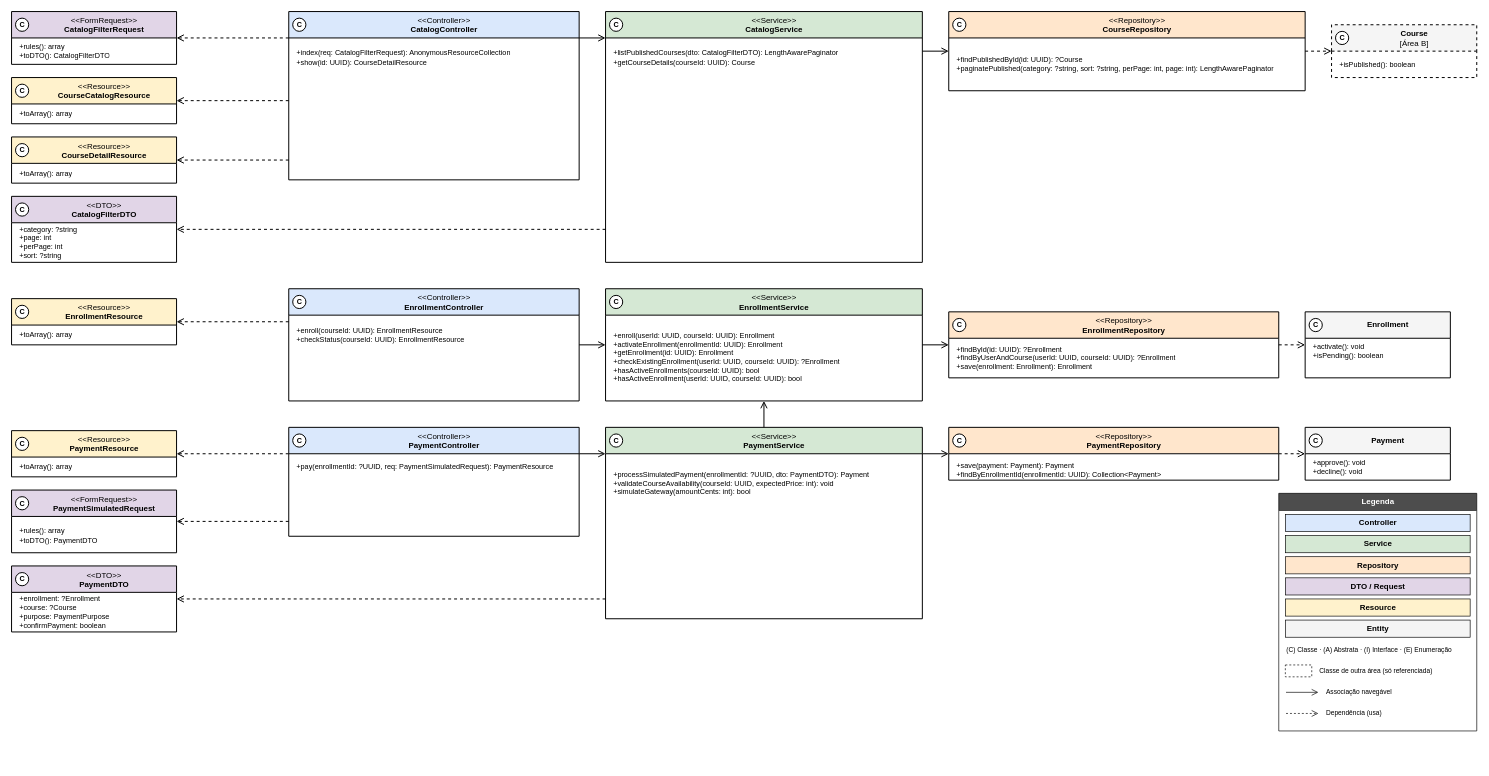
Before: especificacao/diagramas/13-classes-area-c-implementacao-matricula.drawio in Plataforma-de-Cursos-TCC/plataforma-cursos-docs, a draw.io diagram. Source tidied: cells renumbered, new cells numbered last; positions are measured from the earlier drawing's top-left corner, leaving out a move shared by most shapes. Both pictures are drawn from the tidied source at 66%, with x=0, y=0 at pixel (11, 11).
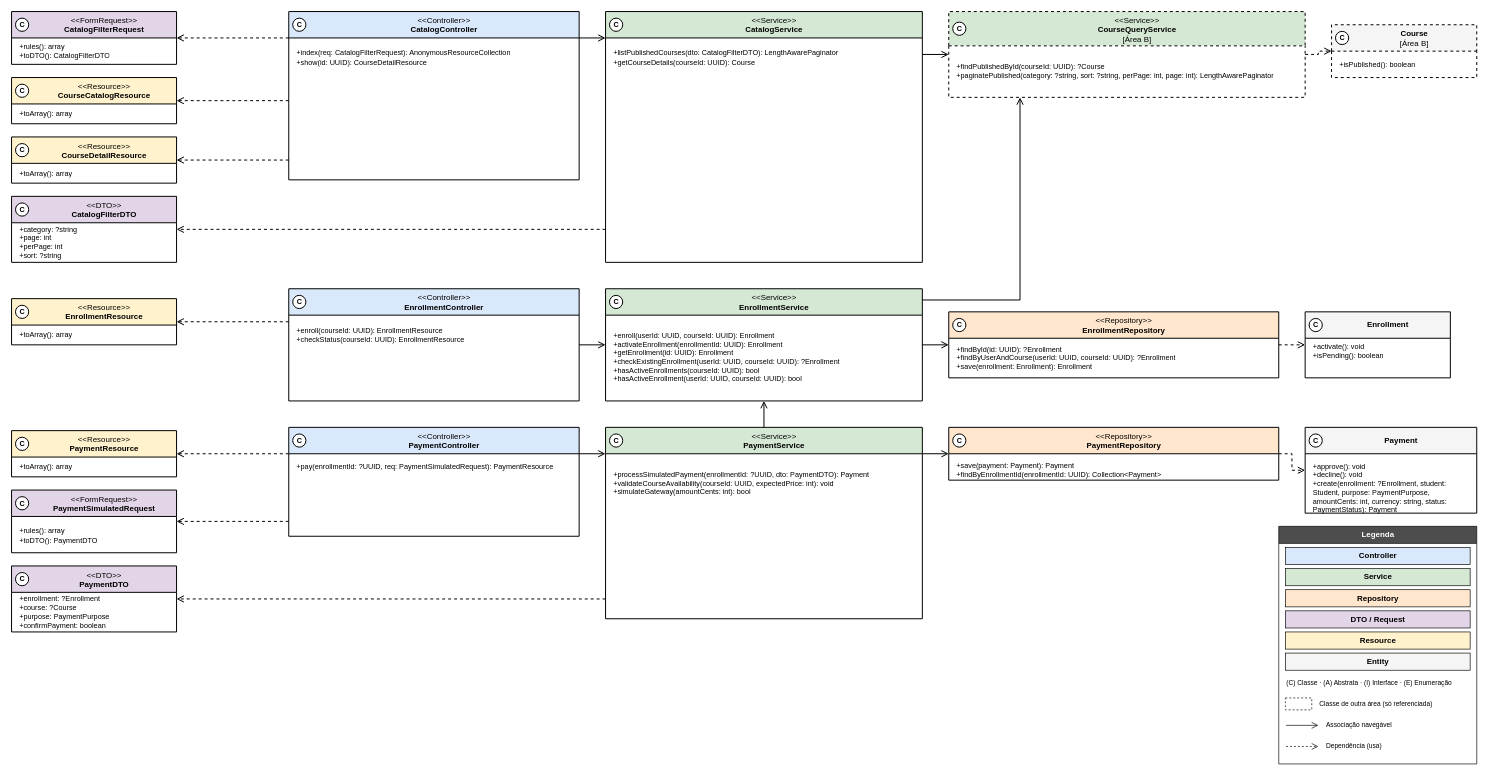
After the change.

Unchanged cells that the change refers to:
```xml
<mxCell id="12" value="&amp;lt;&amp;lt;Service&amp;gt;&amp;gt;&lt;br&gt;&lt;b&gt;CatalogService&lt;/b&gt;" style="swimlane;html=1;fontStyle=0;align=center;verticalAlign=top;startSize=40;fillColor=#D5E8D4;swimlaneFillColor=#FFFFFF;strokeColor=#000000;strokeWidth=1.5;fontFamily=Helvetica;fontSize=12;fontColor=#000000;rounded=0;spacingLeft=30;" parent="1" vertex="1">
  <mxGeometry x="900" width="480" height="380" as="geometry" />
</mxCell>
<mxCell id="16" value="&lt;b&gt;Course&lt;/b&gt;&lt;br&gt;[Área B]" style="swimlane;html=1;fontStyle=0;align=center;verticalAlign=top;startSize=40;fillColor=#F5F5F5;swimlaneFillColor=#FFFFFF;strokeColor=#000000;strokeWidth=1.5;fontFamily=Helvetica;fontSize=12;fontColor=#000000;rounded=0;dashed=1;spacingLeft=30;" parent="1" vertex="1">
  <mxGeometry x="2000" y="20" width="220" height="80" as="geometry" />
</mxCell>
<mxCell id="22" value="&amp;lt;&amp;lt;Service&amp;gt;&amp;gt;&lt;br&gt;&lt;b&gt;EnrollmentService&lt;/b&gt;" style="swimlane;html=1;fontStyle=0;align=center;verticalAlign=top;startSize=40;fillColor=#D5E8D4;swimlaneFillColor=#FFFFFF;strokeColor=#000000;strokeWidth=1.5;fontFamily=Helvetica;fontSize=12;fontColor=#000000;rounded=0;spacingLeft=30;" parent="1" vertex="1">
  <mxGeometry x="900" y="420" width="480" height="170" as="geometry" />
</mxCell>
```

What changed in the source:
```diff
@@
-    <mxCell id="14" value="&amp;lt;&amp;lt;Repository&amp;gt;&amp;gt;&lt;br&gt;&lt;b&gt;CourseRepository&lt;/b&gt;" style="swimlane;html=1;fontStyle=0;align=center;verticalAlign=top;startSize=40;fillColor=#FFE6CC;swimlaneFillColor=#FFFFFF;strokeColor=#000000;strokeWidth=1.5;fontFamily=Helvetica;fontSize=12;fontColor=#000000;rounded=0;spacingLeft=30;" parent="1" vertex="1">
-      <mxGeometry x="1420" width="540" height="120" as="geometry" />
-    </mxCell>
-    <mxCell id="15" value="+findPublishedById(id: UUID): ?Course&lt;br&gt;+paginatePublished(category: ?string, sort: ?string, perPage: int, page: int): LengthAwarePaginator" style="text;html=1;align=left;verticalAlign=middle;spacingLeft=10;spacingRight=10;overflow=hidden;fontFamily=Helvetica;fontSize=11;fontColor=#000000;" parent="14" vertex="1">
-      <mxGeometry y="44" width="540" height="72" as="geometry" />
-    </mxCell>
+    <mxCell id="98" value="&amp;lt;&amp;lt;Service&amp;gt;&amp;gt;&lt;br&gt;&lt;b&gt;CourseQueryService&lt;/b&gt;&lt;br&gt;[Área B]" style="swimlane;html=1;fontStyle=0;align=center;verticalAlign=top;startSize=52;fillColor=#D5E8D4;swimlaneFillColor=#FFFFFF;strokeColor=#000000;strokeWidth=1.5;fontFamily=Helvetica;fontSize=12;fontColor=#000000;rounded=0;dashed=1;spacingLeft=30;" parent="1" vertex="1">
+      <mxGeometry x="1420" width="540" height="130" as="geometry" />
+    </mxCell>
+    <mxCell id="99" value="+findPublishedById(courseId: UUID): ?Course&lt;br&gt;+paginatePublished(category: ?string, sort: ?string, perPage: int, page: int): LengthAwarePaginator" style="text;html=1;align=left;verticalAlign=middle;spacingLeft=10;spacingRight=10;overflow=hidden;fontFamily=Helvetica;fontSize=11;fontColor=#000000;" parent="98" vertex="1">
+      <mxGeometry y="54" width="540" height="72" as="geometry" />
+    </mxCell>
@@
     <mxCell id="40" value="&lt;b&gt;Payment&lt;/b&gt;" style="swimlane;html=1;fontStyle=0;align=center;verticalAlign=middle;startSize=40;fillColor=#F5F5F5;swimlaneFillColor=#FFFFFF;strokeColor=#000000;strokeWidth=1.5;fontFamily=Helvetica;fontSize=12;fontColor=#000000;rounded=0;spacingLeft=30;" parent="1" vertex="1">
-      <mxGeometry x="1960" y="630" width="220" height="80" as="geometry" />
+      <mxGeometry x="1960" y="630" width="260" height="130" as="geometry" />
     </mxCell>
-    <mxCell id="41" value="+approve(): void&lt;br&gt;+decline(): void" style="text;html=1;align=left;verticalAlign=middle;spacingLeft=10;spacingRight=10;overflow=hidden;fontFamily=Helvetica;fontSize=11;fontColor=#000000;" parent="40" vertex="1">
-      <mxGeometry y="40" width="220" height="40" as="geometry" />
+    <mxCell id="41" value="+approve(): void&lt;br&gt;+decline(): void&lt;br&gt;+create(enrollment: ?Enrollment, student: Student, purpose: PaymentPurpose, amountCents: int, currency: string, status: PaymentStatus): Payment" style="text;html=1;align=left;verticalAlign=top;spacingLeft=10;spacingRight=10;spacingTop=6;overflow=hidden;whiteSpace=wrap;fontFamily=Helvetica;fontSize=11;fontColor=#000000;" parent="40" vertex="1">
+      <mxGeometry y="40" width="260" height="90" as="geometry" />
     </mxCell>
@@
-    <mxCell id="47" style="edgeStyle=orthogonalEdgeStyle;rounded=0;html=1;strokeColor=#000000;strokeWidth=1.5;endArrow=open;endFill=0;endSize=8;exitX=1;exitY=0.1579;entryX=0;entryY=0.5;" parent="1" edge="1" source="12" target="14">
+    <mxCell id="47" style="edgeStyle=orthogonalEdgeStyle;rounded=0;html=1;strokeColor=#000000;strokeWidth=1.5;endArrow=open;endFill=0;endSize=8;exitX=1;exitY=0.1711;entryX=0;entryY=0.5;" parent="1" edge="1" source="12" target="98">
       <mxGeometry relative="1" as="geometry" />
     </mxCell>
+    <mxCell id="100" style="edgeStyle=orthogonalEdgeStyle;rounded=0;html=1;strokeColor=#000000;strokeWidth=1.5;endArrow=open;endFill=0;endSize=8;exitX=1;exitY=0.1;entryX=0.2;entryY=1;" parent="1" edge="1" source="22" target="98">
+      <mxGeometry relative="1" as="geometry" />
+    </mxCell>
-    <mxCell id="48" style="edgeStyle=orthogonalEdgeStyle;rounded=0;html=1;strokeColor=#000000;strokeWidth=1.5;endArrow=open;endFill=0;endSize=8;dashed=1;exitX=1;exitY=0.5;entryX=0;entryY=0.5;" parent="1" edge="1" source="14" target="16">
+    <mxCell id="48" style="edgeStyle=orthogonalEdgeStyle;rounded=0;html=1;strokeColor=#000000;strokeWidth=1.5;endArrow=open;endFill=0;endSize=8;dashed=1;exitX=1;exitY=0.5;entryX=0;entryY=0.5;" parent="1" edge="1" source="98" target="16">
       <mxGeometry relative="1" as="geometry" />
     </mxCell>
@@
     <mxCell id="66" value="C" style="ellipse;html=1;fillColor=#FFFFFF;strokeColor=#000000;strokeWidth=1.5;fontFamily=Helvetica;fontSize=11;fontStyle=1;fontColor=#000000;" parent="1" vertex="1">
-      <mxGeometry x="1426" y="10" width="20" height="20" as="geometry" />
+      <mxGeometry x="1426" y="16" width="20" height="20" as="geometry" />
     </mxCell>
@@
     <mxCell id="80" value="Legenda" style="swimlane;html=1;rounded=0;startSize=26;fontStyle=1;fillColor=#4D4D4D;fontColor=#FFFFFF;swimlaneFillColor=#FFFFFF;strokeColor=#000000;" parent="1" vertex="1">
-      <mxGeometry x="1920" y="730" width="300" height="360" as="geometry" />
+      <mxGeometry x="1920" y="780" width="300" height="360" as="geometry" />
     </mxCell>
```
